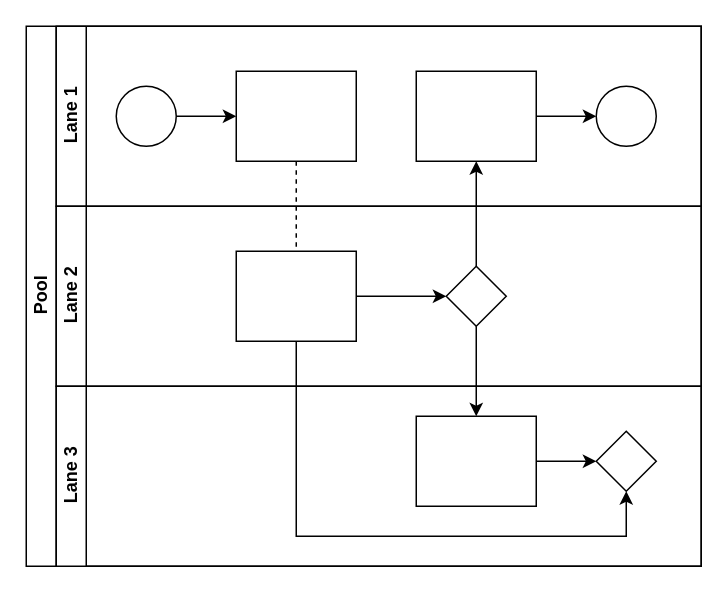
bryanbaek75/activent keeps this draw.io diagram as Untitled Diagram.drawio. Above is the earlier version. Source tidied: cells renumbered, new cells numbered last; positions are measured from the earlier drawing's top-left corner, leaving out a move shared by most shapes. Both pictures are drawn from the tidied source at 150%, with x=0, y=0 at pixel (26, 26).
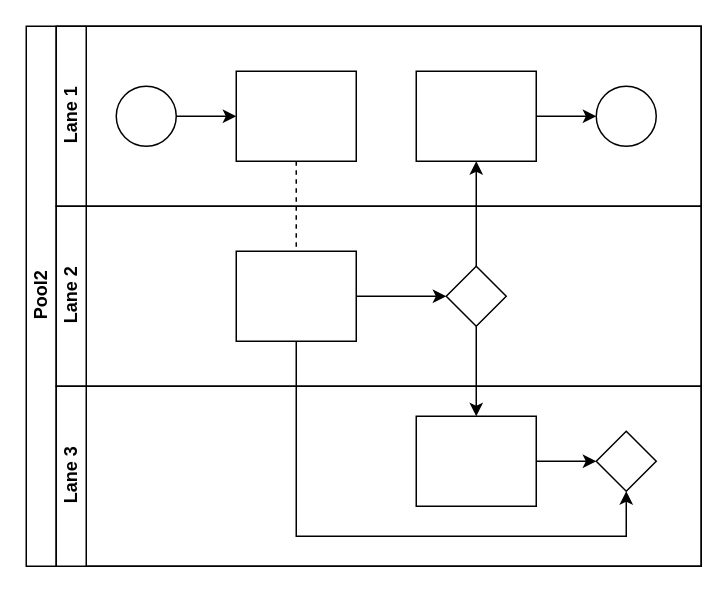
After the change.

Change to the diagram source:
```diff
@@
-    <mxCell id="2" value="Pool" style="swimlane;html=1;horizontal=0;startSize=20;" parent="1" vertex="1">
+    <mxCell id="2" value="Pool2&lt;br&gt;" style="swimlane;html=1;horizontal=0;startSize=20;" parent="1" vertex="1">
       <mxGeometry width="450" height="360" as="geometry" />
     </mxCell>
```
